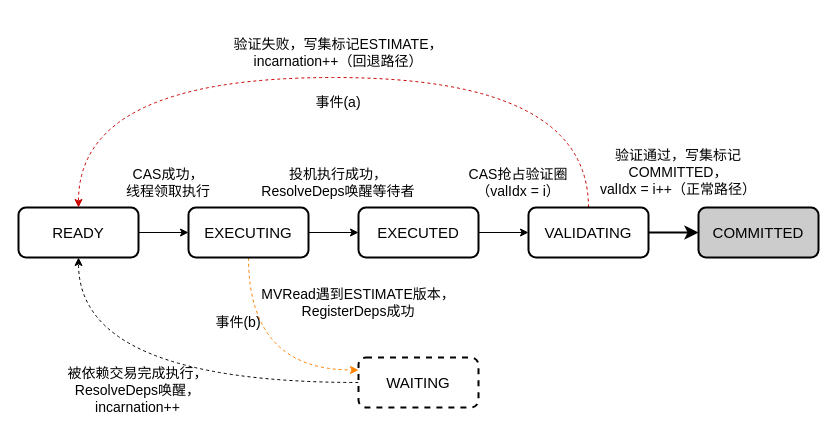
Above: page "第 7 页" (6 of 8) of 论文手绘图.drawio in cynic-1/Graphs (draw.io), before the change. Source tidied: cells renumbered, new cells numbered last; positions are measured from the earlier drawing's top-left corner, leaving out a move shared by most shapes. Both pictures are drawn from the tidied source at 100%, with x=0, y=0 at pixel (18, 17).
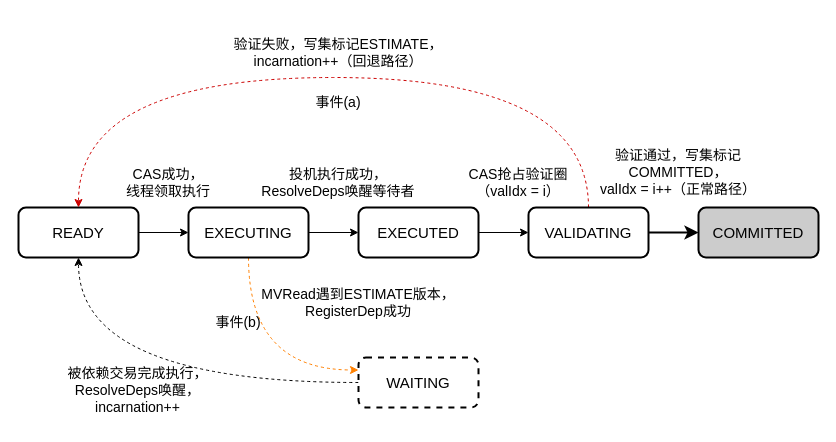
The same page after the edit.

Commit message:
更新论文手绘图.drawio

Diff of the diagram source:
```diff
@@
-    <mxCell id="21" value="&lt;span style=&quot;font-size: 14px; background-color: transparent; color: light-dark(rgb(0, 0, 0), rgb(255, 255, 255));&quot;&gt;MVRead遇到ESTIMATE版本，&lt;/span&gt;&lt;div&gt;&lt;span style=&quot;font-size: 14px;&quot;&gt;RegisterDeps成功&lt;/span&gt;&lt;/div&gt;" style="text;html=1;whiteSpace=wrap;strokeColor=none;fillColor=none;align=center;verticalAlign=middle;rounded=0;" parent="1" vertex="1">
+    <mxCell id="21" value="&lt;span style=&quot;font-size: 14px; background-color: transparent; color: light-dark(rgb(0, 0, 0), rgb(255, 255, 255));&quot;&gt;MVRead遇到ESTIMATE版本，&lt;/span&gt;&lt;div&gt;&lt;span style=&quot;font-size: 14px;&quot;&gt;RegisterDep成功&lt;/span&gt;&lt;/div&gt;" style="text;html=1;whiteSpace=wrap;strokeColor=none;fillColor=none;align=center;verticalAlign=middle;rounded=0;" parent="1" vertex="1">
       <mxGeometry x="200" y="250" width="280" height="70" as="geometry" />
     </mxCell>
```
